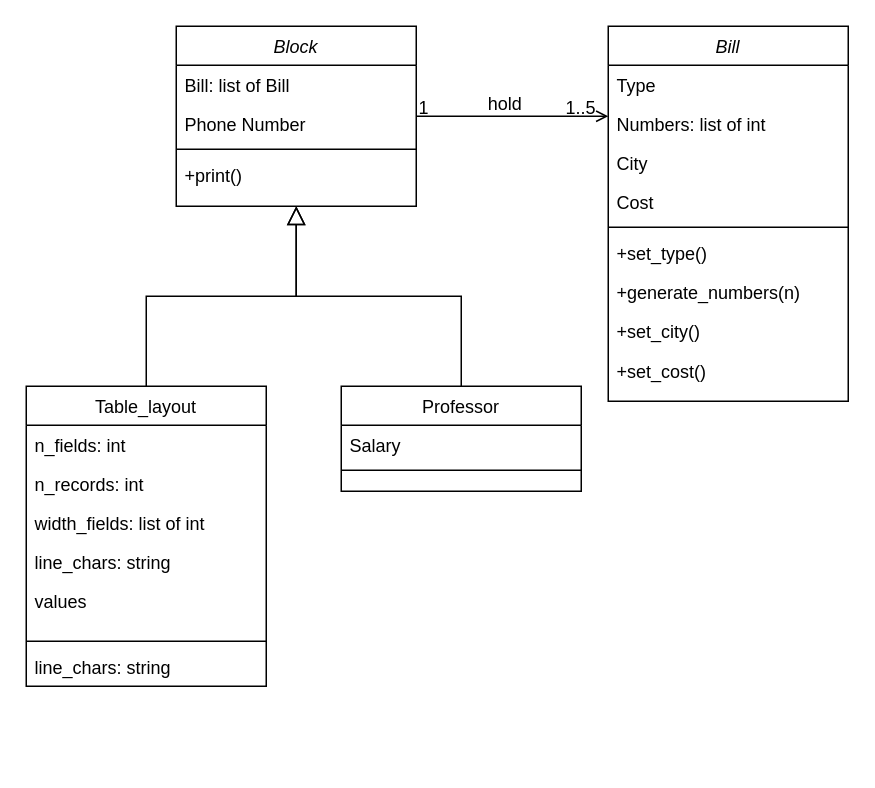
Before: Untitled Diagram.drawio in marcucci-dev/workbook, a draw.io diagram. Source tidied: cells renumbered, new cells numbered last; positions are measured from the earlier drawing's top-left corner, leaving out a move shared by most shapes. Both pictures are drawn from the tidied source at 150%, with x=0, y=0 at pixel (26, 26).
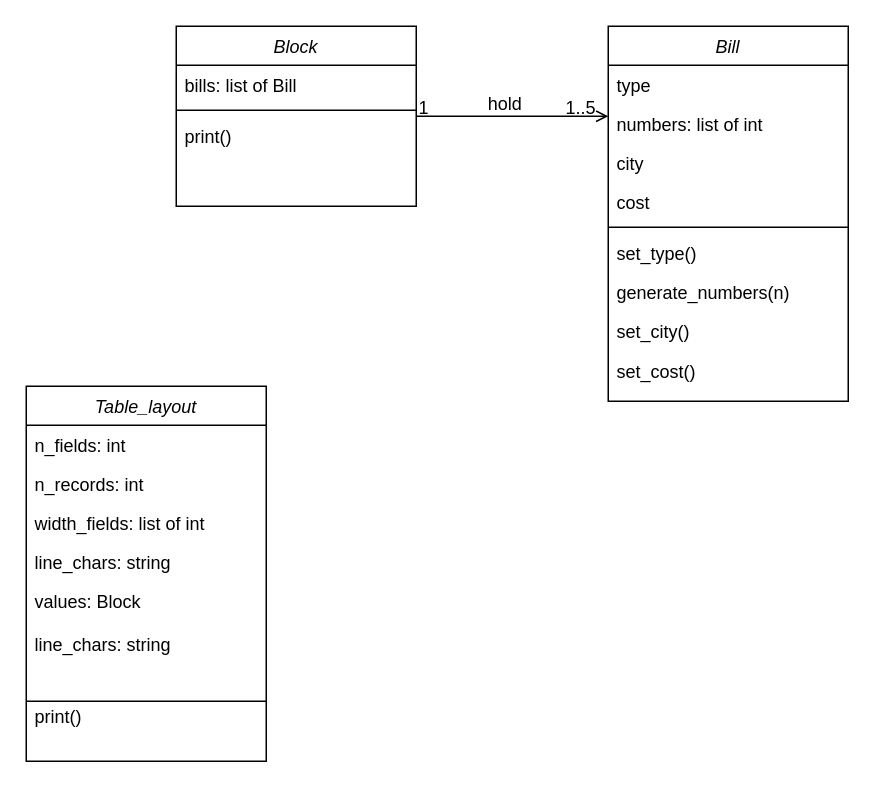
The same diagram, later.

The change refers to these unchanged cells:
```xml
<mxCell id="2" value="Block" style="swimlane;fontStyle=2;align=center;verticalAlign=top;horizontal=1;startSize=26;rounded=0;shadow=0;strokeWidth=1;" parent="1" vertex="1">
  <mxGeometry x="100" width="160" height="120" as="geometry" />
</mxCell>
<mxCell id="17" value="Bill" style="swimlane;fontStyle=2;align=center;verticalAlign=top;horizontal=1;startSize=26;rounded=0;shadow=0;strokeWidth=1;" parent="1" vertex="1">
  <mxGeometry x="388" width="160" height="250" as="geometry" />
</mxCell>
```

What changed in the source:
```diff
@@
-    <mxCell id="3" value="Bill: list of Bill" style="text;align=left;verticalAlign=top;spacingLeft=4;spacingRight=4;overflow=hidden;" parent="2" vertex="1">
+    <mxCell id="3" value="bills: list of Bill" style="text;align=left;verticalAlign=top;spacingLeft=4;spacingRight=4;overflow=hidden;" parent="2" vertex="1">
       <mxGeometry y="26" width="160" height="26" as="geometry" />
     </mxCell>
-    <mxCell id="4" value="Phone Number" style="text;align=left;verticalAlign=top;spacingLeft=4;spacingRight=4;overflow=hidden;rounded=0;shadow=0;html=0;" parent="2" vertex="1">
-      <mxGeometry y="52" width="160" height="26" as="geometry" />
-    </mxCell>
     <mxCell id="5" style="line;html=1;strokeWidth=1;align=left;verticalAlign=middle;spacingTop=-1;spacingLeft=3;spacingRight=3;labelPosition=right;" parent="2" vertex="1">
-      <mxGeometry y="78" width="160" height="8" as="geometry" />
+      <mxGeometry y="52" width="160" height="8" as="geometry" />
     </mxCell>
-    <mxCell id="6" value="+print()" style="text;align=left;verticalAlign=top;spacingLeft=4;spacingRight=4;overflow=hidden;" parent="2" vertex="1">
-      <mxGeometry y="86" width="160" height="26" as="geometry" />
+    <mxCell id="6" value="print()" style="text;align=left;verticalAlign=top;spacingLeft=4;spacingRight=4;overflow=hidden;" parent="2" vertex="1">
+      <mxGeometry y="60" width="160" height="26" as="geometry" />
     </mxCell>
-    <mxCell id="7" value="Table_layout" style="swimlane;fontStyle=0;align=center;verticalAlign=top;horizontal=1;startSize=26;rounded=0;shadow=0;strokeWidth=1;" parent="1" vertex="1">
-      <mxGeometry y="240" width="160" height="200" as="geometry" />
+    <mxCell id="7" value="Table_layout" style="swimlane;fontStyle=2;align=center;verticalAlign=top;horizontal=1;startSize=26;rounded=0;shadow=0;strokeWidth=1;" parent="1" vertex="1">
+      <mxGeometry y="240" width="160" height="250" as="geometry" />
     </mxCell>
@@
-    <mxCell id="12" style="endArrow=block;endSize=10;endFill=0;shadow=0;strokeWidth=1;rounded=0;edgeStyle=elbowEdgeStyle;elbow=vertical;" parent="1" edge="1" source="7" target="2">
-      <mxGeometry relative="1" as="geometry" />
-    </mxCell>
-    <mxCell id="13" value="Professor" style="swimlane;fontStyle=0;align=center;verticalAlign=top;horizontal=1;startSize=26;rounded=0;shadow=0;strokeWidth=1;" parent="1" vertex="1">
-      <mxGeometry x="210" y="240" width="160" height="70" as="geometry" />
-    </mxCell>
-    <mxCell id="14" value="Salary" style="text;align=left;verticalAlign=top;spacingLeft=4;spacingRight=4;overflow=hidden;" parent="13" vertex="1">
-      <mxGeometry y="26" width="160" height="26" as="geometry" />
-    </mxCell>
-    <mxCell id="15" style="line;html=1;strokeWidth=1;align=left;verticalAlign=middle;spacingTop=-1;spacingLeft=3;spacingRight=3;labelPosition=right;" parent="13" vertex="1">
-      <mxGeometry y="52" width="160" height="8" as="geometry" />
-    </mxCell>
-    <mxCell id="16" style="endArrow=block;endSize=10;endFill=0;shadow=0;strokeWidth=1;rounded=0;edgeStyle=elbowEdgeStyle;elbow=vertical;" parent="1" edge="1" source="13" target="2">
-      <mxGeometry relative="1" as="geometry" />
-    </mxCell>
@@
-    <mxCell id="18" value="Type" style="text;align=left;verticalAlign=top;spacingLeft=4;spacingRight=4;overflow=hidden;" parent="17" vertex="1">
+    <mxCell id="18" value="type" style="text;align=left;verticalAlign=top;spacingLeft=4;spacingRight=4;overflow=hidden;" parent="17" vertex="1">
       <mxGeometry y="26" width="160" height="26" as="geometry" />
     </mxCell>
-    <mxCell id="19" value="Numbers: list of int" style="text;align=left;verticalAlign=top;spacingLeft=4;spacingRight=4;overflow=hidden;rounded=0;shadow=0;html=0;" parent="17" vertex="1">
+    <mxCell id="19" value="numbers: list of int" style="text;align=left;verticalAlign=top;spacingLeft=4;spacingRight=4;overflow=hidden;rounded=0;shadow=0;html=0;" parent="17" vertex="1">
       <mxGeometry y="52" width="160" height="26" as="geometry" />
     </mxCell>
-    <mxCell id="20" value="City" style="text;align=left;verticalAlign=top;spacingLeft=4;spacingRight=4;overflow=hidden;rounded=0;shadow=0;html=0;" parent="17" vertex="1">
+    <mxCell id="20" value="city" style="text;align=left;verticalAlign=top;spacingLeft=4;spacingRight=4;overflow=hidden;rounded=0;shadow=0;html=0;" parent="17" vertex="1">
       <mxGeometry y="78" width="160" height="26" as="geometry" />
     </mxCell>
-    <mxCell id="21" value="Cost" style="text;align=left;verticalAlign=top;spacingLeft=4;spacingRight=4;overflow=hidden;rounded=0;shadow=0;html=0;" parent="17" vertex="1">
+    <mxCell id="21" value="cost" style="text;align=left;verticalAlign=top;spacingLeft=4;spacingRight=4;overflow=hidden;rounded=0;shadow=0;html=0;" parent="17" vertex="1">
       <mxGeometry y="104" width="160" height="26" as="geometry" />
     </mxCell>
@@
-    <mxCell id="23" value="+set_type()" style="text;align=left;verticalAlign=top;spacingLeft=4;spacingRight=4;overflow=hidden;rounded=0;shadow=0;html=0;" parent="17" vertex="1">
+    <mxCell id="23" value="set_type()" style="text;align=left;verticalAlign=top;spacingLeft=4;spacingRight=4;overflow=hidden;rounded=0;shadow=0;html=0;" parent="17" vertex="1">
       <mxGeometry y="138" width="160" height="26" as="geometry" />
     </mxCell>
-    <mxCell id="24" value="+generate_numbers(n)" style="text;align=left;verticalAlign=top;spacingLeft=4;spacingRight=4;overflow=hidden;" parent="17" vertex="1">
+    <mxCell id="24" value="generate_numbers(n)" style="text;align=left;verticalAlign=top;spacingLeft=4;spacingRight=4;overflow=hidden;" parent="17" vertex="1">
       <mxGeometry y="164" width="160" height="26" as="geometry" />
     </mxCell>
-    <mxCell id="25" value="+set_city()" style="text;align=left;verticalAlign=top;spacingLeft=4;spacingRight=4;overflow=hidden;" parent="17" vertex="1">
+    <mxCell id="25" value="set_city()" style="text;align=left;verticalAlign=top;spacingLeft=4;spacingRight=4;overflow=hidden;" parent="17" vertex="1">
       <mxGeometry y="190" width="160" height="26" as="geometry" />
     </mxCell>
@@
-    <mxCell id="30" value="+set_cost()" style="text;align=left;verticalAlign=top;spacingLeft=4;spacingRight=4;overflow=hidden;" parent="1" vertex="1">
+    <mxCell id="30" value="set_cost()" style="text;align=left;verticalAlign=top;spacingLeft=4;spacingRight=4;overflow=hidden;" parent="1" vertex="1">
       <mxGeometry x="388" y="217" width="160" height="27" as="geometry" />
     </mxCell>
     <mxCell id="31" value="line_chars: string" style="text;align=left;verticalAlign=top;spacingLeft=4;spacingRight=4;overflow=hidden;" parent="1" vertex="1">
-      <mxGeometry y="414" width="160" height="26" as="geometry" />
+      <mxGeometry y="399" width="160" height="26" as="geometry" />
     </mxCell>
     <mxCell id="32" style="line;html=1;strokeWidth=1;align=left;verticalAlign=middle;spacingTop=-1;spacingLeft=3;spacingRight=3;labelPosition=right;" parent="1" vertex="1">
-      <mxGeometry y="406" width="160" height="8" as="geometry" />
+      <mxGeometry y="446" width="160" height="8" as="geometry" />
     </mxCell>
-    <mxCell id="33" value="values" style="text;align=left;verticalAlign=top;spacingLeft=4;spacingRight=4;overflow=hidden;" parent="1" vertex="1">
+    <mxCell id="33" value="values: Block" style="text;align=left;verticalAlign=top;spacingLeft=4;spacingRight=4;overflow=hidden;" parent="1" vertex="1">
       <mxGeometry y="370" width="160" height="26" as="geometry" />
     </mxCell>
+    <mxCell id="34" value="print()" style="text;align=left;verticalAlign=top;spacingLeft=4;spacingRight=4;overflow=hidden;" parent="1" vertex="1">
+      <mxGeometry y="447" width="160" height="26" as="geometry" />
+    </mxCell>
```
